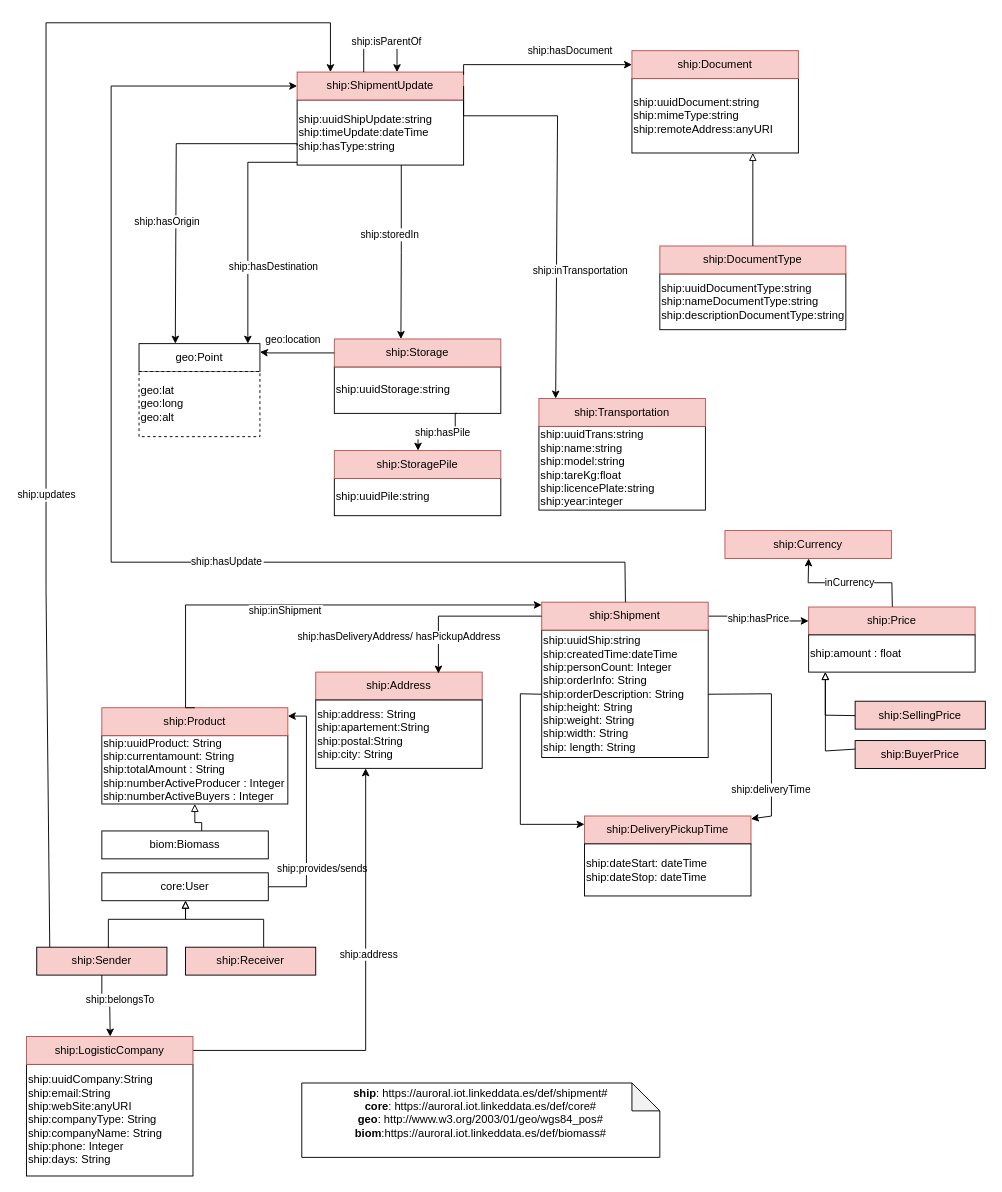
The draw.io diagram diagrams/shipment.drawio in oeg-upm/auroral-shipmentBiomass-ontology, before the edit. Source tidied: cells renumbered, new cells numbered last; positions are measured from the earlier drawing's top-left corner, leaving out a move shared by most shapes. Both pictures are drawn from the tidied source at 93%, with x=0, y=0 at pixel (26, 22).
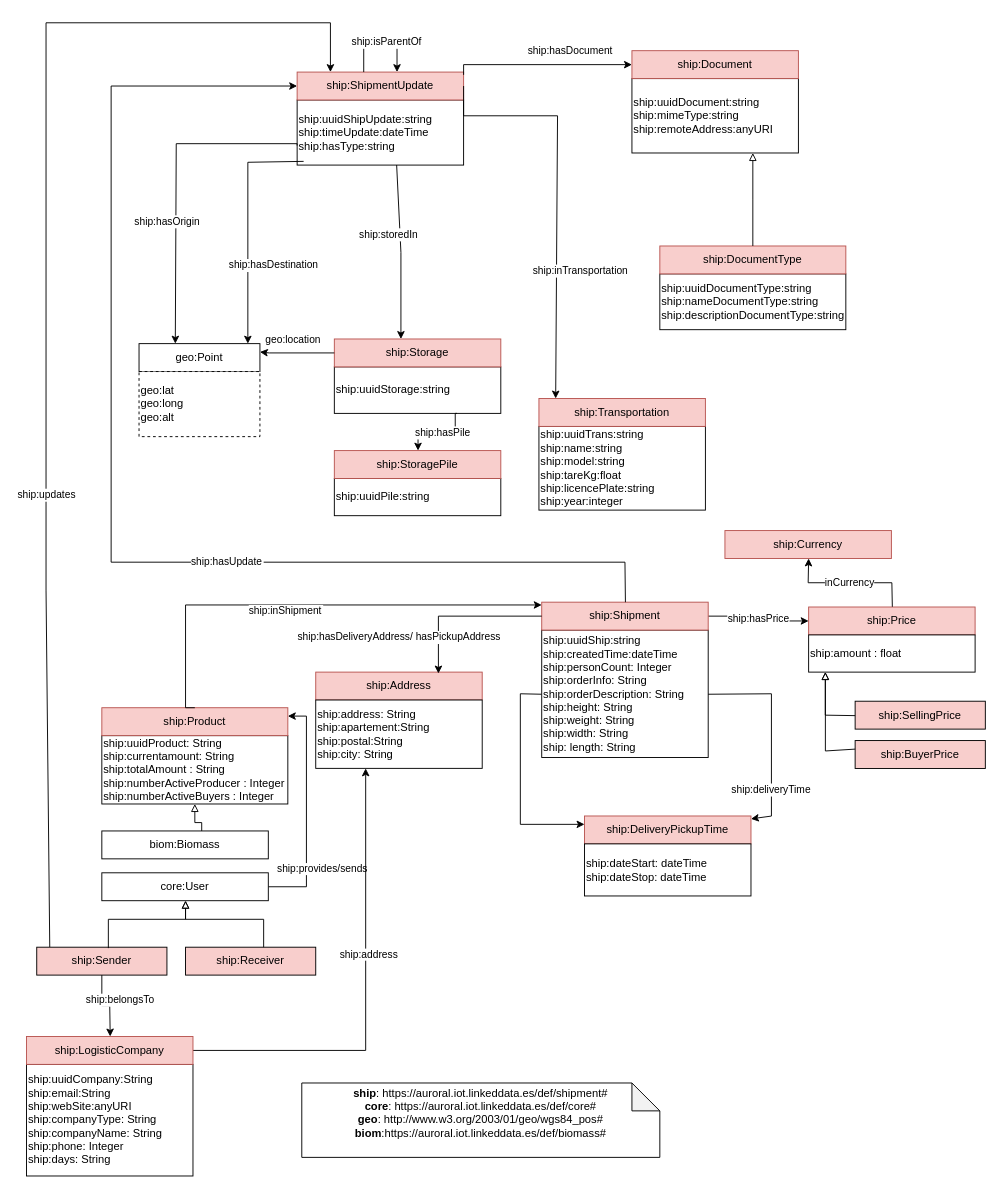
The same page after the edit.

Unchanged cells that the change refers to:
```xml
<mxCell id="7" value="ship:uuidShipUpdate:string&lt;br&gt;ship:timeUpdate:dateTime&lt;br&gt;ship:hasType:string" style="rounded=0;whiteSpace=wrap;html=1;snapToPoint=1;points=[[0.1,0],[0.2,0],[0.3,0],[0.4,0],[0.5,0],[0.6,0],[0.7,0],[0.8,0],[0.9,0],[0,0.1],[0,0.3],[0,0.5],[0,0.7],[0,0.9],[0.1,1],[0.2,1],[0.3,1],[0.4,1],[0.5,1],[0.6,1],[0.7,1],[0.8,1],[0.9,1],[1,0.1],[1,0.3],[1,0.5],[1,0.7],[1,0.9]];align=left;" parent="1" vertex="1">
  <mxGeometry x="291" y="83" width="179" height="70" as="geometry" />
</mxCell>
<mxCell id="11" value="geo:Point" style="rounded=0;whiteSpace=wrap;html=1;snapToPoint=1;points=[[0.1,0],[0.2,0],[0.3,0],[0.4,0],[0.5,0],[0.6,0],[0.7,0],[0.8,0],[0.9,0],[0,0.1],[0,0.3],[0,0.5],[0,0.7],[0,0.9],[0.1,1],[0.2,1],[0.3,1],[0.4,1],[0.5,1],[0.6,1],[0.7,1],[0.8,1],[0.9,1],[1,0.1],[1,0.3],[1,0.5],[1,0.7],[1,0.9]];" parent="1" vertex="1">
  <mxGeometry x="121" y="345" width="130" height="30" as="geometry" />
</mxCell>
<mxCell id="14" value="ship:Storage" style="rounded=0;whiteSpace=wrap;html=1;snapToPoint=1;points=[[0.1,0],[0.2,0],[0.3,0],[0.4,0],[0.5,0],[0.6,0],[0.7,0],[0.8,0],[0.9,0],[0,0.1],[0,0.3],[0,0.5],[0,0.7],[0,0.9],[0.1,1],[0.2,1],[0.3,1],[0.4,1],[0.5,1],[0.6,1],[0.7,1],[0.8,1],[0.9,1],[1,0.1],[1,0.3],[1,0.5],[1,0.7],[1,0.9]];fillColor=#f8cecc;strokeColor=#b85450;" parent="1" vertex="1">
  <mxGeometry x="331" y="340" width="179" height="30" as="geometry" />
</mxCell>
```

What changed in the source:
```diff
@@
-    <mxCell id="33" value="ship:storedIn" style="edgeStyle=orthogonalEdgeStyle;rounded=0;jettySize=auto;fontSize=11;endArrow=classic;endFill=1;entryX=0.4;entryY=0;entryDx=0;entryDy=0;" parent="1" edge="1" target="14">
+    <mxCell id="33" value="ship:storedIn" style="edgeStyle=orthogonalEdgeStyle;rounded=0;jettySize=auto;fontSize=11;endArrow=classic;endFill=1;entryX=0.4;entryY=0;entryDx=0;entryDy=0;" parent="1" edge="1" source="7" target="14">
       <mxGeometry x="-0.21" y="-12" relative="1" as="geometry">
-        <mxPoint x="403" y="153" as="sourcePoint" />
         <Array as="points">
           <mxPoint x="403" y="247" />
         </Array>
       </mxGeometry>
     </mxCell>
@@
-    <mxCell id="41" value="ship:hasDestination" style="edgeStyle=orthogonalEdgeStyle;rounded=0;jettySize=auto;fontSize=11;endArrow=classic;endFill=1;entryX=0.9;entryY=0;entryDx=0;entryDy=0;" parent="1" edge="1" target="11">
+    <mxCell id="41" value="ship:hasDestination" style="edgeStyle=orthogonalEdgeStyle;rounded=0;jettySize=auto;fontSize=11;endArrow=classic;endFill=1;entryX=0.9;entryY=0;entryDx=0;entryDy=0;exitX=0.039;exitY=0.943;exitDx=0;exitDy=0;exitPerimeter=0;" parent="1" edge="1" source="7" target="11">
       <mxGeometry x="0.33" y="28" relative="1" as="geometry">
-        <mxPoint x="291" y="150" as="sourcePoint" />
         <Array as="points">
           <mxPoint x="238" y="150" />
         </Array>
       </mxGeometry>
     </mxCell>
```
